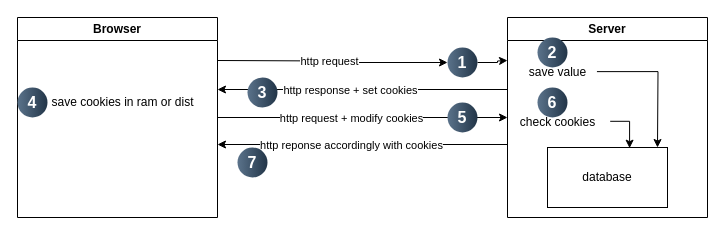
This is diagrams/cookies.drawio from Stark228/rbwebdev, a draw.io file, before an edit. Source tidied: cells renumbered, new cells numbered last; positions are measured from the earlier drawing's top-left corner, leaving out a move shared by most shapes. Both pictures are drawn from the tidied source at 100%, with x=0, y=0 at pixel (17, 17).
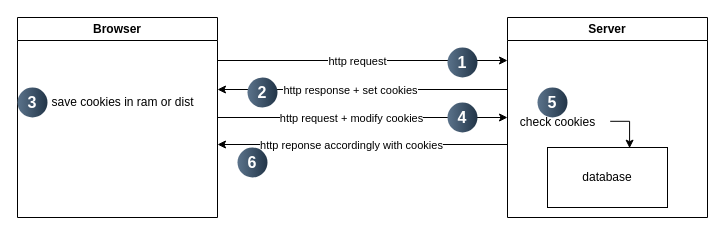
Above is the later version.

Unchanged cells that the change refers to:
```xml
<mxCell id="11" value="Server" style="swimlane;whiteSpace=wrap;html=1;" parent="1" vertex="1">
  <mxGeometry x="490" width="200" height="200" as="geometry" />
</mxCell>
<mxCell id="22" value="1" style="ellipse;whiteSpace=wrap;html=1;rotation=0;gradientColor=#223548;strokeColor=none;gradientDirection=east;fillColor=#5b738b;rounded=0;fontFamily=Helvetica;fontSize=16;fontColor=#FFFFFF;spacingTop=4;spacingBottom=4;spacingLeft=4;spacingRight=4;points=[];fontStyle=1;" parent="1" vertex="1">
  <mxGeometry x="430" y="30" width="30" height="30" as="geometry" />
</mxCell>
```

The edit, as a diff of the source:
```diff
@@
-    <mxCell id="2" style="edgeStyle=orthogonalEdgeStyle;rounded=0;jettySize=auto;html=1;entryX=0;entryY=0.5;entryDx=0;entryDy=0;" parent="1" edge="1" source="22">
-      <mxGeometry relative="1" as="geometry">
-        <mxPoint x="490" y="43" as="targetPoint" />
-      </mxGeometry>
-    </mxCell>
@@
-    <mxCell id="13" value="save value" style="text;html=1;align=center;verticalAlign=middle;points=[];strokeColor=none;fillColor=none;" parent="11" vertex="1">
-      <mxGeometry x="10" y="40" width="80" height="30" as="geometry" />
-    </mxCell>
-    <mxCell id="14" style="edgeStyle=orthogonalEdgeStyle;rounded=0;jettySize=auto;html=1;exitX=0.993;exitY=0.471;exitDx=0;exitDy=0;exitPerimeter=0;" parent="11" edge="1" source="13">
-      <mxGeometry relative="1" as="geometry">
-        <mxPoint x="150" y="130" as="targetPoint" />
-      </mxGeometry>
-    </mxCell>
@@
-    <mxCell id="17" value="2" style="ellipse;whiteSpace=wrap;html=1;rotation=0;gradientColor=#223548;strokeColor=none;gradientDirection=east;fillColor=#5b738b;rounded=0;fontFamily=Helvetica;fontSize=16;fontColor=#FFFFFF;spacingTop=4;spacingBottom=4;spacingLeft=4;spacingRight=4;fontStyle=1;" parent="11" vertex="1">
-      <mxGeometry x="30" y="20" width="30" height="30" as="geometry" />
-    </mxCell>
-    <mxCell id="18" value="6" style="ellipse;whiteSpace=wrap;html=1;rotation=0;gradientColor=#223548;strokeColor=none;gradientDirection=east;fillColor=#5b738b;rounded=0;fontFamily=Helvetica;fontSize=16;fontColor=#FFFFFF;spacingTop=4;spacingBottom=4;spacingLeft=4;spacingRight=4;fontStyle=1;" parent="11" vertex="1">
+    <mxCell id="18" value="5" style="ellipse;whiteSpace=wrap;html=1;rotation=0;gradientColor=#223548;strokeColor=none;gradientDirection=east;fillColor=#5b738b;rounded=0;fontFamily=Helvetica;fontSize=16;fontColor=#FFFFFF;spacingTop=4;spacingBottom=4;spacingLeft=4;spacingRight=4;fontStyle=1;" parent="11" vertex="1">
       <mxGeometry x="30" y="70" width="30" height="30" as="geometry" />
     </mxCell>
-    <mxCell id="19" value="3" style="ellipse;whiteSpace=wrap;html=1;rotation=0;gradientColor=#223548;strokeColor=none;gradientDirection=east;fillColor=#5b738b;rounded=0;fontFamily=Helvetica;fontSize=16;fontColor=#FFFFFF;spacingTop=4;spacingBottom=4;spacingLeft=4;spacingRight=4;fontStyle=1;" parent="1" vertex="1">
+    <mxCell id="19" value="2" style="ellipse;whiteSpace=wrap;html=1;rotation=0;gradientColor=#223548;strokeColor=none;gradientDirection=east;fillColor=#5b738b;rounded=0;fontFamily=Helvetica;fontSize=16;fontColor=#FFFFFF;spacingTop=4;spacingBottom=4;spacingLeft=4;spacingRight=4;fontStyle=1;" parent="1" vertex="1">
       <mxGeometry x="230" y="60" width="30" height="30" as="geometry" />
     </mxCell>
-    <mxCell id="20" style="edgeStyle=orthogonalEdgeStyle;rounded=0;jettySize=auto;html=1;entryX=0;entryY=0.5;entryDx=0;entryDy=0;" parent="1" edge="1" target="22">
+    <mxCell id="20" style="rounded=0;orthogonalLoop=1;jettySize=auto;html=1;" parent="1" edge="1">
       <mxGeometry relative="1" as="geometry">
         <mxPoint x="200" y="43" as="sourcePoint" />
+        <mxPoint x="490" y="43" as="targetPoint" />
       </mxGeometry>
     </mxCell>
@@
-    <mxCell id="23" value="4" style="ellipse;whiteSpace=wrap;html=1;rotation=0;gradientColor=#223548;strokeColor=none;gradientDirection=east;fillColor=#5b738b;rounded=0;fontFamily=Helvetica;fontSize=16;fontColor=#FFFFFF;spacingTop=4;spacingBottom=4;spacingLeft=4;spacingRight=4;fontStyle=1;" parent="1" vertex="1">
+    <mxCell id="23" value="3" style="ellipse;whiteSpace=wrap;html=1;rotation=0;gradientColor=#223548;strokeColor=none;gradientDirection=east;fillColor=#5b738b;rounded=0;fontFamily=Helvetica;fontSize=16;fontColor=#FFFFFF;spacingTop=4;spacingBottom=4;spacingLeft=4;spacingRight=4;fontStyle=1;" parent="1" vertex="1">
       <mxGeometry y="70" width="30" height="30" as="geometry" />
     </mxCell>
-    <mxCell id="24" value="5" style="ellipse;whiteSpace=wrap;html=1;rotation=0;gradientColor=#223548;strokeColor=none;gradientDirection=east;fillColor=#5b738b;rounded=0;fontFamily=Helvetica;fontSize=16;fontColor=#FFFFFF;spacingTop=4;spacingBottom=4;spacingLeft=4;spacingRight=4;fontStyle=1;" parent="1" vertex="1">
+    <mxCell id="24" value="4" style="ellipse;whiteSpace=wrap;html=1;rotation=0;gradientColor=#223548;strokeColor=none;gradientDirection=east;fillColor=#5b738b;rounded=0;fontFamily=Helvetica;fontSize=16;fontColor=#FFFFFF;spacingTop=4;spacingBottom=4;spacingLeft=4;spacingRight=4;fontStyle=1;" parent="1" vertex="1">
       <mxGeometry x="430" y="85" width="30" height="30" as="geometry" />
     </mxCell>
-    <mxCell id="25" value="7" style="ellipse;whiteSpace=wrap;html=1;rotation=0;gradientColor=#223548;strokeColor=none;gradientDirection=east;fillColor=#5b738b;rounded=0;fontFamily=Helvetica;fontSize=16;fontColor=#FFFFFF;spacingTop=4;spacingBottom=4;spacingLeft=4;spacingRight=4;fontStyle=1;" parent="1" vertex="1">
+    <mxCell id="25" value="6" style="ellipse;whiteSpace=wrap;html=1;rotation=0;gradientColor=#223548;strokeColor=none;gradientDirection=east;fillColor=#5b738b;rounded=0;fontFamily=Helvetica;fontSize=16;fontColor=#FFFFFF;spacingTop=4;spacingBottom=4;spacingLeft=4;spacingRight=4;fontStyle=1;" parent="1" vertex="1">
       <mxGeometry x="220" y="130" width="30" height="30" as="geometry" />
     </mxCell>
```
